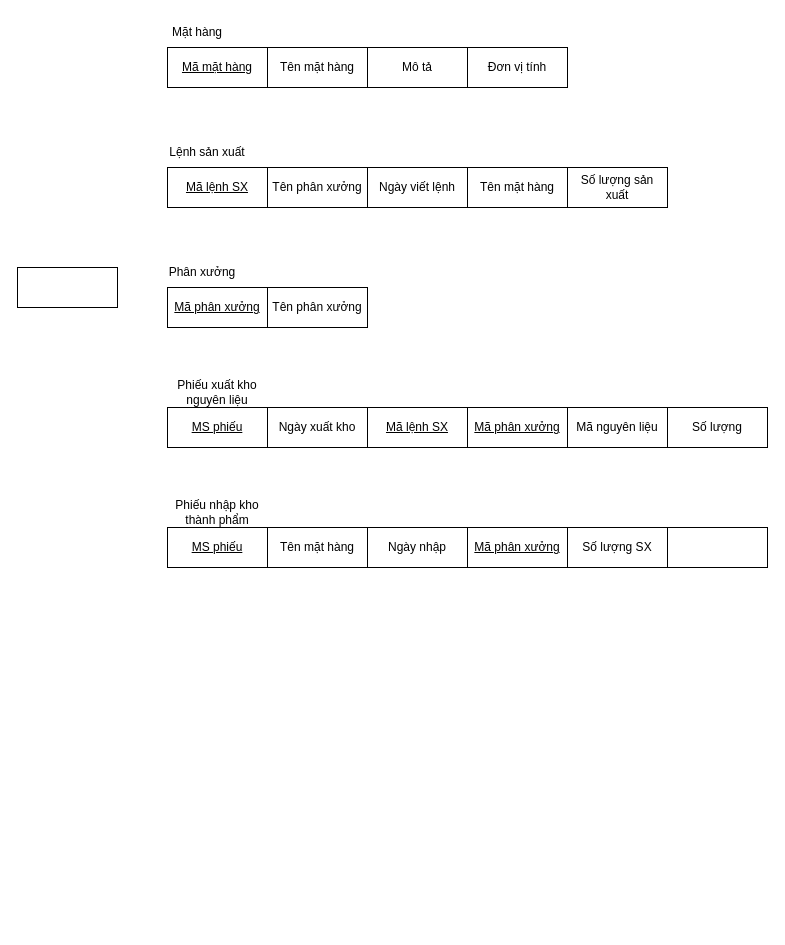
Above: Biểu đồ không có tiêu đề.drawio in QuangHuy2201/CSDL (draw.io), before the change. Source tidied: cells renumbered, new cells numbered last; positions are measured from the earlier drawing's top-left corner, leaving out a move shared by most shapes. Both pictures are drawn from the tidied source at 100%, with x=0, y=0 at pixel (17, 17).
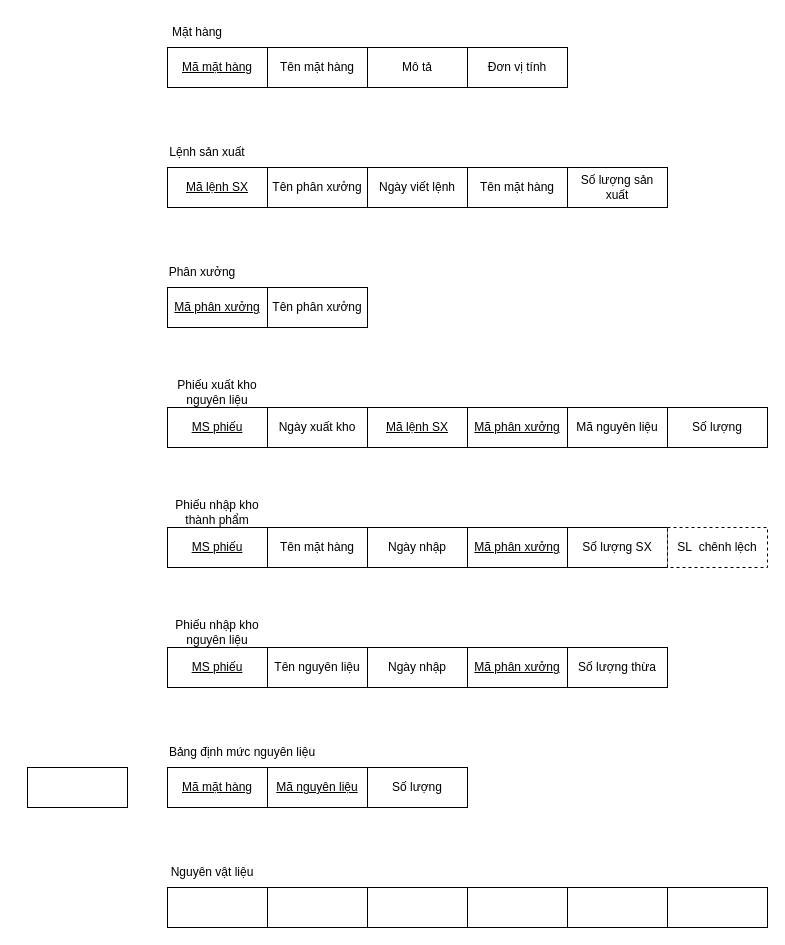
Above is the later version.

Commit message (it also covers changes not shown here):
Cập nhật Biểu đồ không có tiêu đề.drawio

Change to the diagram source:
```diff
@@
     <mxCell id="7" style="rounded=0;whiteSpace=wrap;html=1;" parent="1" vertex="1">
-      <mxGeometry y="250" width="100" height="40" as="geometry" />
+      <mxGeometry x="250" y="870" width="100" height="40" as="geometry" />
     </mxCell>
@@
-    <mxCell id="29" style="rounded=0;whiteSpace=wrap;html=1;" parent="1" vertex="1">
-      <mxGeometry x="650" y="510" width="100" height="40" as="geometry" />
-    </mxCell>
@@
+    <mxCell id="31" value="MS phiếu" style="rounded=0;whiteSpace=wrap;html=1;fontStyle=4;" parent="1" vertex="1">
+      <mxGeometry x="150" y="630" width="100" height="40" as="geometry" />
+    </mxCell>
+    <mxCell id="32" value="Tên nguyên liệu" style="rounded=0;whiteSpace=wrap;html=1;" parent="1" vertex="1">
+      <mxGeometry x="250" y="630" width="100" height="40" as="geometry" />
+    </mxCell>
+    <mxCell id="33" value="Ngày nhập" style="rounded=0;whiteSpace=wrap;html=1;" parent="1" vertex="1">
+      <mxGeometry x="350" y="630" width="100" height="40" as="geometry" />
+    </mxCell>
+    <mxCell id="34" value="Mã phân xưởng" style="rounded=0;whiteSpace=wrap;html=1;fontStyle=4;" parent="1" vertex="1">
+      <mxGeometry x="450" y="630" width="100" height="40" as="geometry" />
+    </mxCell>
+    <mxCell id="35" value="Số lượng thừa" style="rounded=0;whiteSpace=wrap;html=1;" parent="1" vertex="1">
+      <mxGeometry x="550" y="630" width="100" height="40" as="geometry" />
+    </mxCell>
+    <mxCell id="36" value="Phiếu nhập kho nguyên liệu" style="text;html=1;strokeColor=none;fillColor=none;align=center;verticalAlign=middle;whiteSpace=wrap;rounded=0;" parent="1" vertex="1">
+      <mxGeometry x="150" y="600" width="100" height="30" as="geometry" />
+    </mxCell>
+    <mxCell id="37" value="Mã mặt hàng" style="rounded=0;whiteSpace=wrap;html=1;fontStyle=4;" parent="1" vertex="1">
+      <mxGeometry x="150" y="750" width="100" height="40" as="geometry" />
+    </mxCell>
+    <mxCell id="38" value="Bảng định mức nguyên liệu" style="text;html=1;strokeColor=none;fillColor=none;align=center;verticalAlign=middle;whiteSpace=wrap;rounded=0;" parent="1" vertex="1">
+      <mxGeometry x="150" y="720" width="150" height="30" as="geometry" />
+    </mxCell>
+    <mxCell id="39" value="Mã nguyên liệu" style="rounded=0;whiteSpace=wrap;html=1;fontStyle=4;" parent="1" vertex="1">
+      <mxGeometry x="250" y="750" width="100" height="40" as="geometry" />
+    </mxCell>
+    <mxCell id="40" value="Số lượng" style="rounded=0;whiteSpace=wrap;html=1;" parent="1" vertex="1">
+      <mxGeometry x="350" y="750" width="100" height="40" as="geometry" />
+    </mxCell>
+    <mxCell id="41" style="rounded=0;whiteSpace=wrap;html=1;" parent="1" vertex="1">
+      <mxGeometry x="350" y="870" width="100" height="40" as="geometry" />
+    </mxCell>
+    <mxCell id="42" style="rounded=0;whiteSpace=wrap;html=1;" parent="1" vertex="1">
+      <mxGeometry x="150" y="870" width="100" height="40" as="geometry" />
+    </mxCell>
+    <mxCell id="43" style="rounded=0;whiteSpace=wrap;html=1;" parent="1" vertex="1">
+      <mxGeometry x="550" y="870" width="100" height="40" as="geometry" />
+    </mxCell>
+    <mxCell id="44" style="rounded=0;whiteSpace=wrap;html=1;" parent="1" vertex="1">
+      <mxGeometry x="650" y="870" width="100" height="40" as="geometry" />
+    </mxCell>
+    <mxCell id="45" style="rounded=0;whiteSpace=wrap;html=1;" parent="1" vertex="1">
+      <mxGeometry x="450" y="870" width="100" height="40" as="geometry" />
+    </mxCell>
+    <mxCell id="46" style="rounded=0;whiteSpace=wrap;html=1;" parent="1" vertex="1">
+      <mxGeometry x="10" y="750" width="100" height="40" as="geometry" />
+    </mxCell>
+    <mxCell id="47" value="SL&amp;nbsp; chênh lệch" style="rounded=0;whiteSpace=wrap;html=1;dashed=1;" parent="1" vertex="1">
+      <mxGeometry x="650" y="510" width="100" height="40" as="geometry" />
+    </mxCell>
+    <mxCell id="48" value="Nguyên vật liệu" style="text;html=1;strokeColor=none;fillColor=none;align=center;verticalAlign=middle;whiteSpace=wrap;rounded=0;" parent="1" vertex="1">
+      <mxGeometry x="150" y="840" width="90" height="30" as="geometry" />
+    </mxCell>
```
